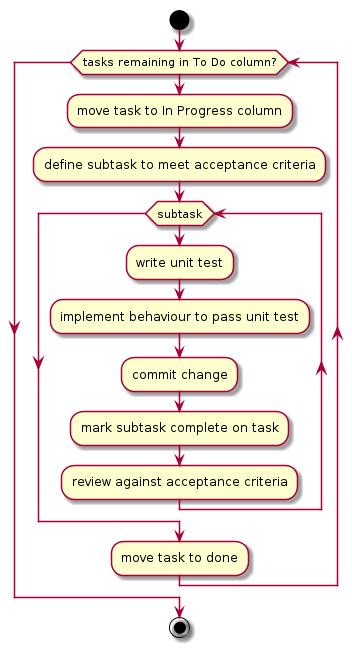
svo/role-based-access-control keeps this PlantUML diagram as documentation/process-do-task.png. Above is the earlier version.
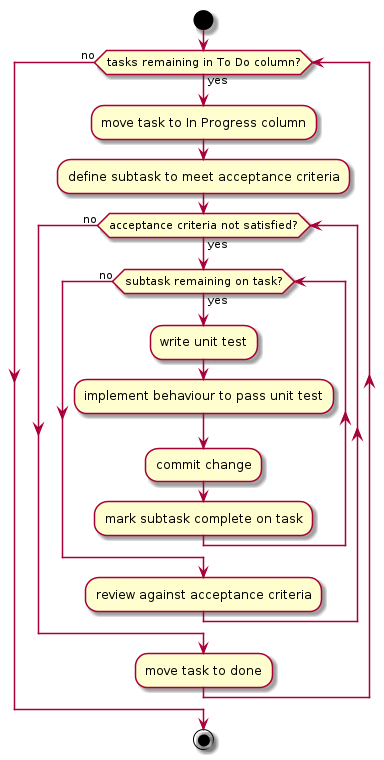
Above is the later version.

Commit message:
Updates to process System of Work activity diagram

What changed in the source:
```diff
@@ -2,20 +2,24 @@
 
 start
 
-while (tasks remaining in To Do column?)
+while (tasks remaining in To Do column?) is (yes)
   :move task to In Progress column;
   :define subtask to meet acceptance criteria;
 
-  while (subtask)
-    :write unit test;
-    :implement behaviour to pass unit test;
-    :commit change;
-    :mark subtask complete on task;
+  while (acceptance criteria not satisfied?) is (yes)
+    while (subtask remaining on task?) is (yes)
+      :write unit test;
+      :implement behaviour to pass unit test;
+      :commit change;
+      :mark subtask complete on task;
+    endwhile (no)
+
     :review against acceptance criteria;
-  endwhile
+
+  endwhile (no)
 
   :move task to done;
-endwhile
+endwhile (no)
 
 stop
 
```
